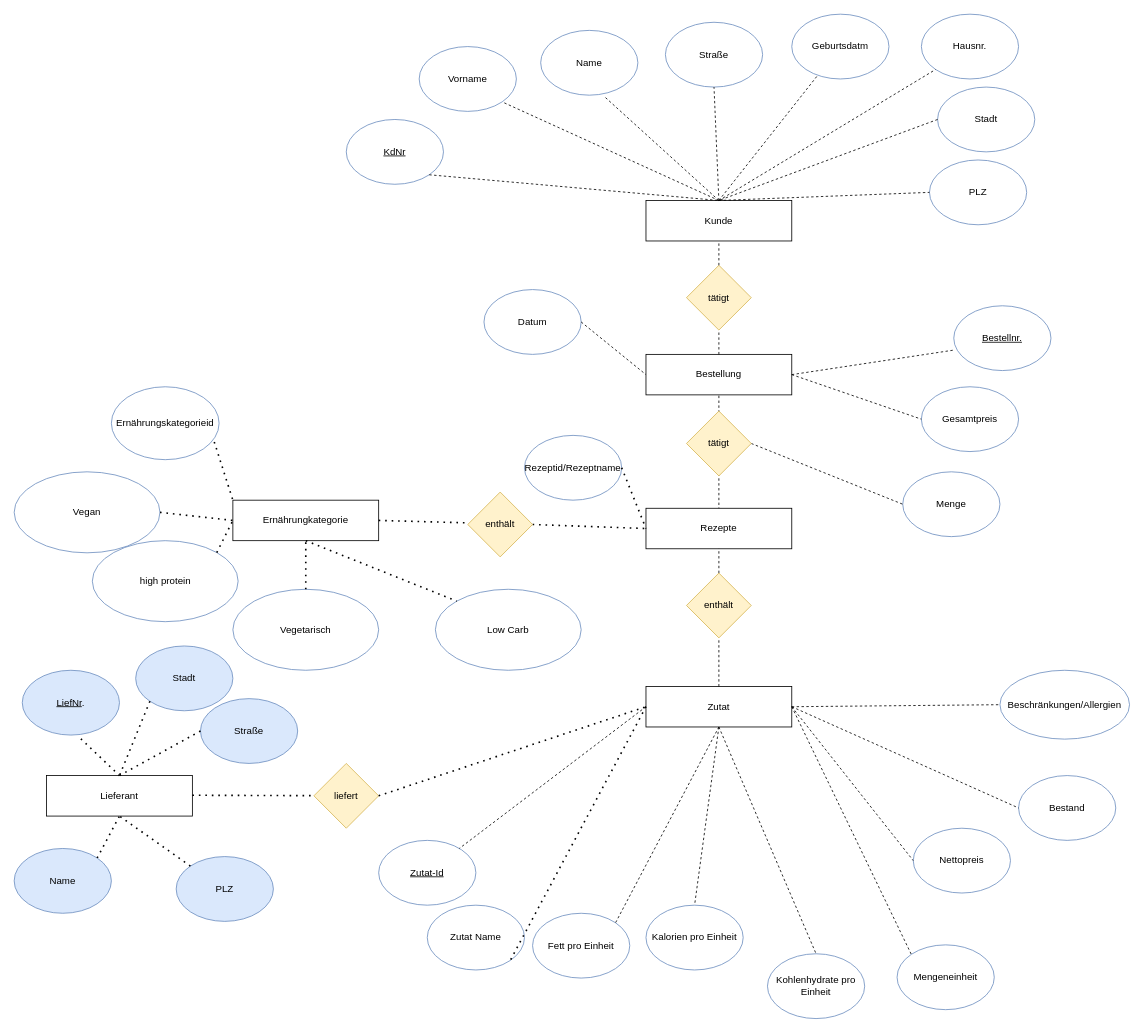
AlassaneBenjamin/Alassane keeps this draw.io diagram as Untitled Diagram.drawio. Above is the earlier version. Source tidied: cells renumbered, new cells numbered last; positions are measured from the earlier drawing's top-left corner, leaving out a move shared by most shapes. Both pictures are drawn from the tidied source at 81%, with x=0, y=0 at pixel (14, 14).
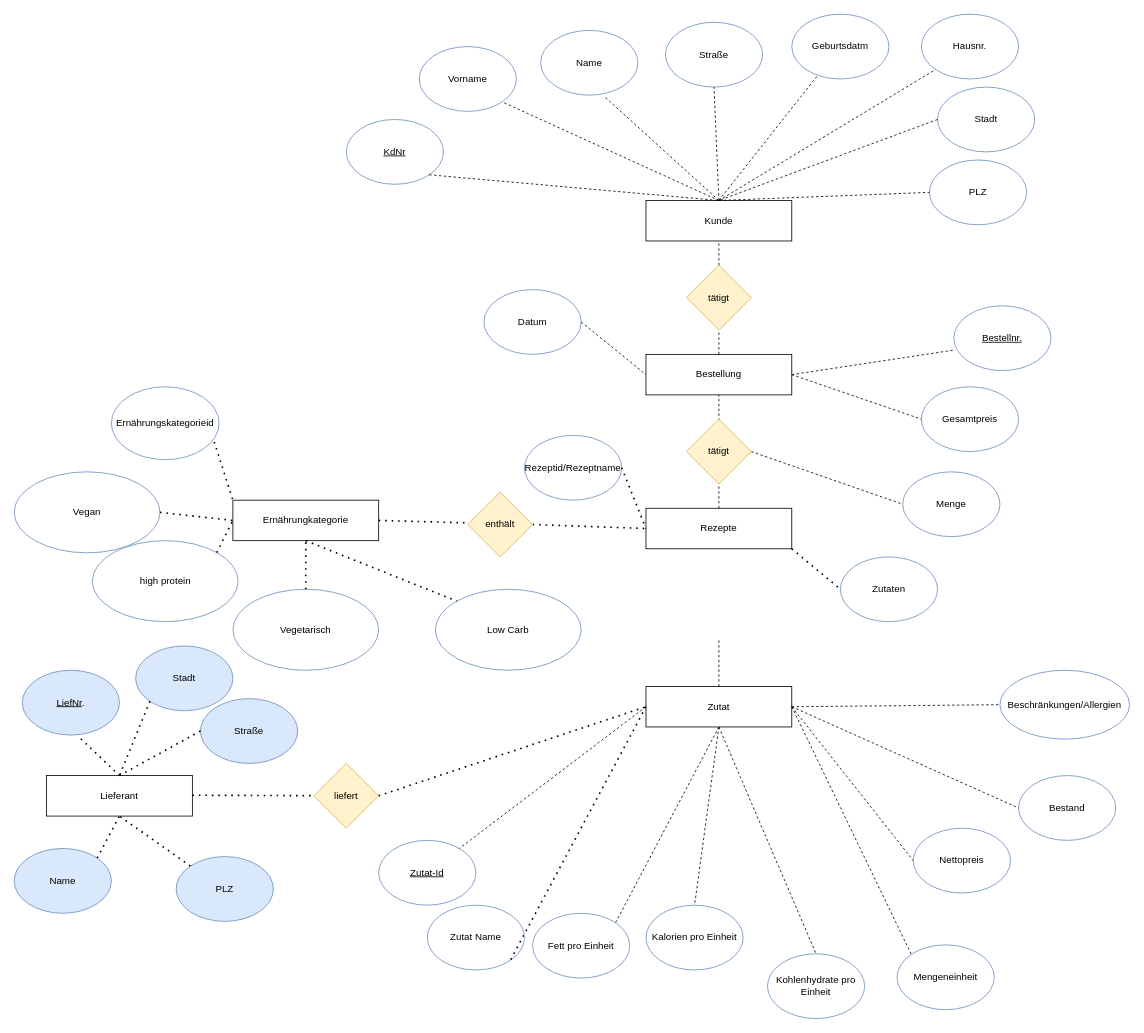
The same diagram, later.

Unchanged cells that the change refers to:
```xml
<mxCell id="21" value="Bestellung" style="rounded=0;whiteSpace=wrap;html=1;" parent="1" vertex="1">
  <mxGeometry x="780" y="420" width="180" height="50" as="geometry" />
</mxCell>
<mxCell id="33" value="Zutat" style="rounded=0;whiteSpace=wrap;html=1;" parent="1" vertex="1">
  <mxGeometry x="780" y="830" width="180" height="50" as="geometry" />
</mxCell>
<mxCell id="65" value="Rezepte" style="rounded=0;whiteSpace=wrap;html=1;" parent="1" vertex="1">
  <mxGeometry x="780" y="610" width="180" height="50" as="geometry" />
</mxCell>
```

The edit, as a diff of the source:
```diff
@@
-    <mxCell id="29" value="enthält" style="rhombus;whiteSpace=wrap;html=1;fillColor=#fff2cc;strokeColor=#d6b656;" parent="1" vertex="1">
-      <mxGeometry x="830" y="690" width="80" height="80" as="geometry" />
-    </mxCell>
@@
-    <mxCell id="32" style="endArrow=none;dashed=1;html=1;rounded=0;entryX=0.5;entryY=1;entryDx=0;entryDy=0;exitX=0.5;exitY=0;exitDx=0;exitDy=0;" parent="1" edge="1" source="29" target="21">
+    <mxCell id="32" style="endArrow=none;dashed=1;html=1;rounded=0;entryX=0.5;entryY=1;entryDx=0;entryDy=0;exitX=0.5;exitY=0;exitDx=0;exitDy=0;" parent="1" edge="1" source="65" target="21">
       <mxGeometry relative="1" as="geometry" />
     </mxCell>
@@
-    <mxCell id="34" style="endArrow=none;dashed=1;html=1;rounded=0;entryX=0.5;entryY=1;entryDx=0;entryDy=0;exitX=0.5;exitY=0;exitDx=0;exitDy=0;" parent="1" edge="1" source="33" target="29">
-      <mxGeometry relative="1" as="geometry" />
+    <mxCell id="34" style="endArrow=none;dashed=1;html=1;rounded=0;entryX=0.5;entryY=1;entryDx=0;entryDy=0;exitX=0.5;exitY=0;exitDx=0;exitDy=0;" parent="1" edge="1" source="33">
+      <mxGeometry relative="1" as="geometry">
+        <mxPoint x="870" y="770" as="targetPoint" />
+      </mxGeometry>
     </mxCell>
@@
     <mxCell id="67" value="tätigt" style="rhombus;whiteSpace=wrap;html=1;fillColor=#fff2cc;strokeColor=#d6b656;" parent="1" vertex="1">
-      <mxGeometry x="830" y="490" width="80" height="80" as="geometry" />
+      <mxGeometry x="830" y="500" width="80" height="80" as="geometry" />
     </mxCell>
@@
+    <mxCell id="85" value="Zutaten" style="ellipse;whiteSpace=wrap;html=1;fillColor=none;strokeColor=#6c8ebf;" parent="1" vertex="1">
+      <mxGeometry x="1020" y="670" width="120" height="80" as="geometry" />
+    </mxCell>
+    <mxCell id="86" style="endArrow=none;dashed=1;html=1;dashPattern=1 3;strokeWidth=2;rounded=0;entryX=0;entryY=0.5;entryDx=0;entryDy=0;exitX=1;exitY=1;exitDx=0;exitDy=0;" parent="1" edge="1" source="65" target="85">
+      <mxGeometry relative="1" as="geometry" />
+    </mxCell>
```
